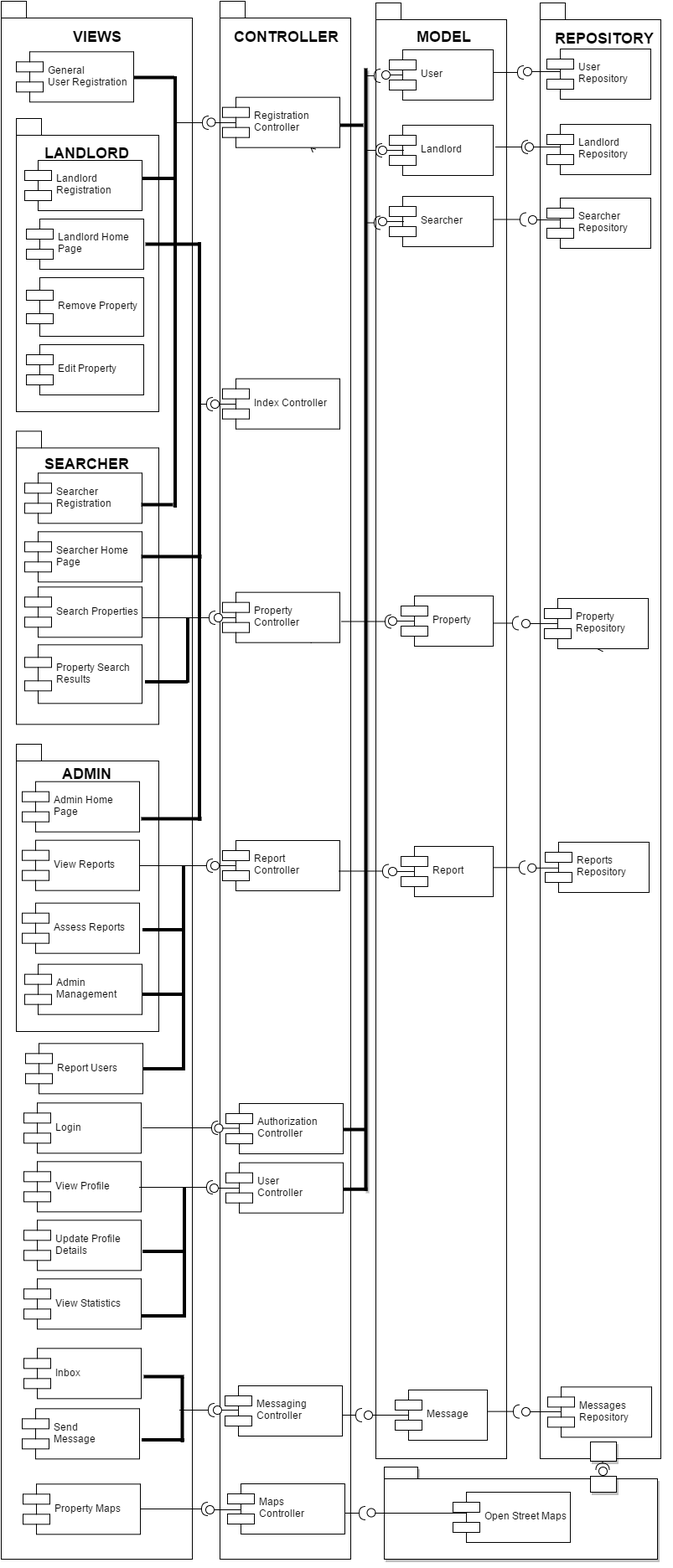
Before: docs/ws2/componentDiagram.png, a diagram exported from draw.io (ahtif/FlatFinder). Source tidied: cells renumbered, new cells last; positions are measured from the earlier drawing's top-left corner, leaving out a move shared by most shapes.
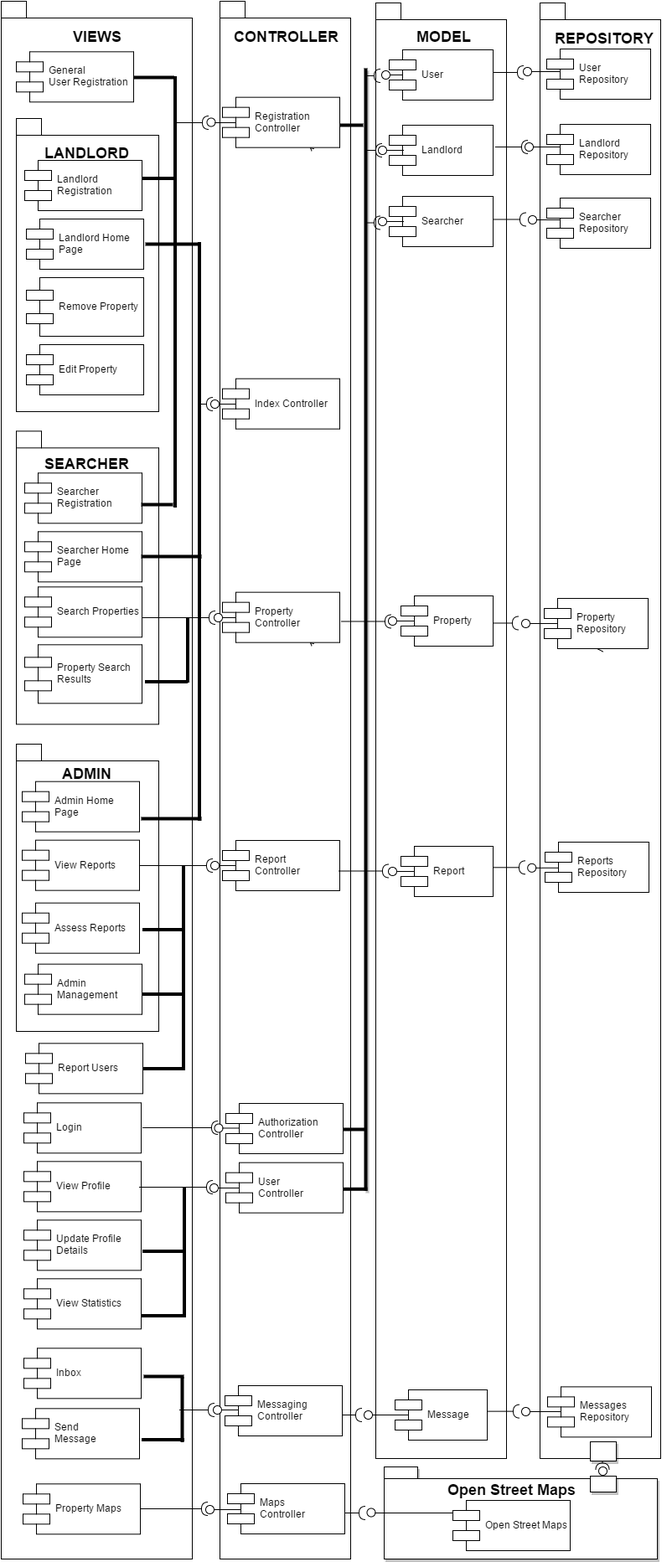
The same file after the commit.

Commit message:
added open street maps heading

Diff of the diagram source:
```diff
@@ -495,7 +495,7 @@
       <mxGeometry x="545" y="1760" width="125" height="90" as="geometry" />
     </mxCell>
     <mxCell id="162" value="Open Street Maps " style="shape=component;align=left;spacingLeft=36;" parent="1" vertex="1">
-      <mxGeometry x="648" y="1780" width="140" height="60" as="geometry" />
+      <mxGeometry x="648" y="1790" width="140" height="60" as="geometry" />
     </mxCell>
     <mxCell id="163" style="edgeStyle=none;rounded=0;html=1;exitX=1;exitY=0.5;entryX=1;entryY=0.5;dashed=1;endArrow=open;endFill=1;jettySize=auto;orthogonalLoop=1;" parent="1" edge="1" source="164" target="164">
       <mxGeometry relative="1" as="geometry" />
@@ -509,5 +509,8 @@
     <mxCell id="166" style="html=1;shadow=1;" parent="1" vertex="1">
       <mxGeometry x="812" y="1720" width="31" height="23" as="geometry" />
     </mxCell>
+    <mxCell id="167" value="&lt;span style=&quot;font-size: 18px ; line-height: 21.6px&quot;&gt;Open Street Maps&lt;/span&gt;" style="text;html=1;fontSize=24;fontStyle=1;verticalAlign=middle;align=center;shadow=1;" parent="1" vertex="1">
+      <mxGeometry x="641" y="1755" width="154" height="40" as="geometry" />
+    </mxCell>
   </root>
 </mxGraphModel>
```
